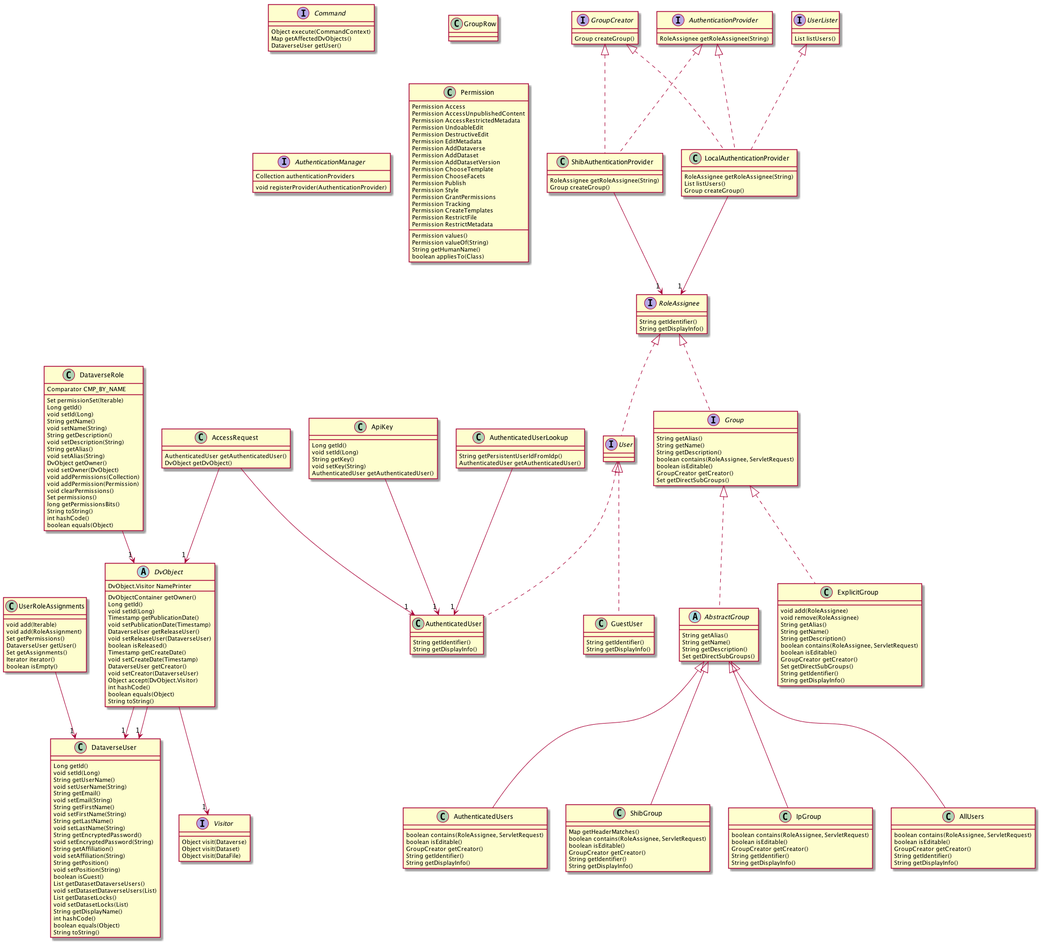
Before: doc/Architecture/auth-classes.png, a diagram exported from PlantUML (IQSS/dataverse).
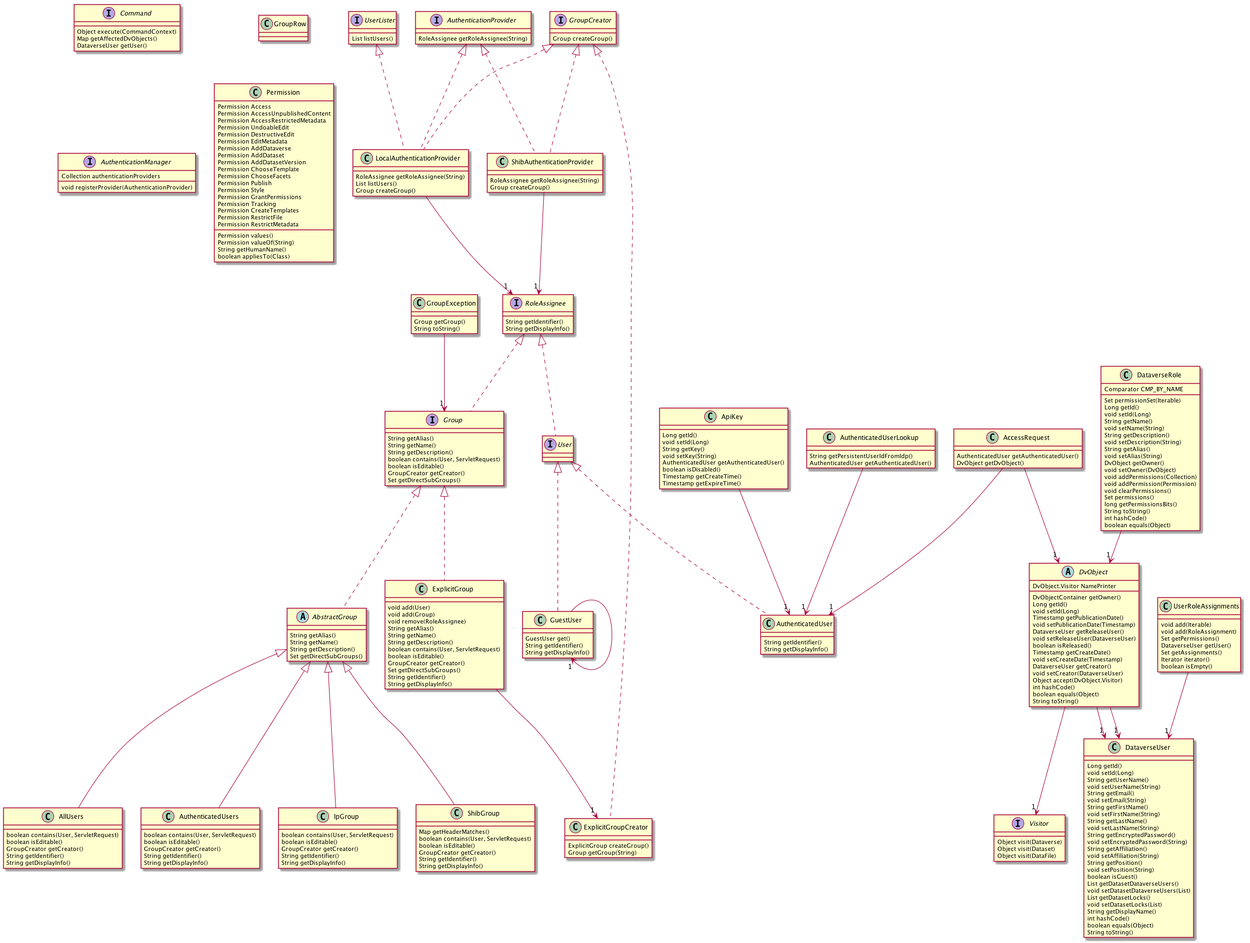
Later version of the same file.

Commit message:
worked on api keys (tokens?) a bit, updated diagrams

Diff of the diagram source:
```diff
@@ -1,23 +1,13 @@
 @startuml
 
 
-class DataverseUser
-abstract DvObject
-interface Visitor
-
 interface Command
-
-class IpGroup
-
-abstract AbstractGroup
-class AllUsers
-class AuthenticatedUsers
-class ExplicitGroup
 
 class ShibGroup
 
 interface Group
 interface GroupCreator
+class GroupException
 class GroupRow
 
 class AccessRequest
@@ -37,16 +27,162 @@
 class UserRoleAssignments
 class Permission
 
+abstract AbstractGroup
+class AllUsers
+class AuthenticatedUsers
+class ExplicitGroup
+class ExplicitGroupCreator
 
-Visitor : Object visit(Dataverse)
-Visitor : Object visit(Dataset)
-Visitor : Object visit(DataFile)
+class DataverseUser
+abstract DvObject
+interface Visitor
+
+class IpGroup
+
+
+RoleAssignee <|.. Group
+Group : String getAlias()
+Group : String getName()
+Group : String getDescription()
+Group : boolean contains(User, ServletRequest)
+Group : boolean isEditable()
+Group : GroupCreator getCreator()
+Group : Set getDirectSubGroups()
+
+AbstractGroup <|-- ShibGroup
+ShibGroup : Map getHeaderMatches()
+ShibGroup : boolean contains(User, ServletRequest)
+ShibGroup : boolean isEditable()
+ShibGroup : GroupCreator getCreator()
+ShibGroup : String getIdentifier()
+ShibGroup : String getDisplayInfo()
 
 Group <|.. AbstractGroup
 AbstractGroup : String getAlias()
 AbstractGroup : String getName()
 AbstractGroup : String getDescription()
 AbstractGroup : Set getDirectSubGroups()
+
+GroupException --> "1" Group
+GroupException : Group getGroup()
+GroupException : String toString()
+
+GroupCreator : Group createGroup()
+
+
+AuthenticatedUserLookup --> "1" AuthenticatedUser
+AuthenticatedUserLookup : String getPersistentUserIdFromIdp()
+AuthenticatedUserLookup : AuthenticatedUser getAuthenticatedUser()
+
+AuthenticationProvider <|.. LocalAuthenticationProvider
+UserLister <|.. LocalAuthenticationProvider
+GroupCreator <|.. LocalAuthenticationProvider
+LocalAuthenticationProvider --> "1" RoleAssignee
+LocalAuthenticationProvider : RoleAssignee getRoleAssignee(String)
+LocalAuthenticationProvider : List listUsers()
+LocalAuthenticationProvider : Group createGroup()
+
+Permission : Permission Access
+Permission : Permission AccessUnpublishedContent
+Permission : Permission AccessRestrictedMetadata
+Permission : Permission UndoableEdit
+Permission : Permission DestructiveEdit
+Permission : Permission EditMetadata
+Permission : Permission AddDataverse
+Permission : Permission AddDataset
+Permission : Permission AddDatasetVersion
+Permission : Permission ChooseTemplate
+Permission : Permission ChooseFacets
+Permission : Permission Publish
+Permission : Permission Style
+Permission : Permission GrantPermissions
+Permission : Permission Tracking
+Permission : Permission CreateTemplates
+Permission : Permission RestrictFile
+Permission : Permission RestrictMetadata
+Permission : Permission values()
+Permission : Permission valueOf(String)
+Permission : String getHumanName()
+Permission : boolean appliesTo(Class)
+
+RoleAssignee <|.. User
+
+AuthenticationProvider <|.. ShibAuthenticationProvider
+GroupCreator <|.. ShibAuthenticationProvider
+ShibAuthenticationProvider --> "1" RoleAssignee
+ShibAuthenticationProvider : RoleAssignee getRoleAssignee(String)
+ShibAuthenticationProvider : Group createGroup()
+
+Command : Object execute(CommandContext)
+Command : Map getAffectedDvObjects()
+Command : DataverseUser getUser()
+
+UserLister : List listUsers()
+
+AbstractGroup <|-- AuthenticatedUsers
+AuthenticatedUsers : boolean contains(User, ServletRequest)
+AuthenticatedUsers : boolean isEditable()
+AuthenticatedUsers : GroupCreator getCreator()
+AuthenticatedUsers : String getIdentifier()
+AuthenticatedUsers : String getDisplayInfo()
+
+Group <|.. ExplicitGroup
+ExplicitGroup --> "1" ExplicitGroupCreator
+ExplicitGroup : void add(User)
+ExplicitGroup : void add(Group)
+ExplicitGroup : void remove(RoleAssignee)
+ExplicitGroup : String getAlias()
+ExplicitGroup : String getName()
+ExplicitGroup : String getDescription()
+ExplicitGroup : boolean contains(User, ServletRequest)
+ExplicitGroup : boolean isEditable()
+ExplicitGroup : GroupCreator getCreator()
+ExplicitGroup : Set getDirectSubGroups()
+ExplicitGroup : String getIdentifier()
+ExplicitGroup : String getDisplayInfo()
+
+User <|.. AuthenticatedUser
+AuthenticatedUser : String getIdentifier()
+AuthenticatedUser : String getDisplayInfo()
+
+Visitor : Object visit(Dataverse)
+Visitor : Object visit(Dataset)
+Visitor : Object visit(DataFile)
+
+User <|.. GuestUser
+GuestUser --> "1" GuestUser
+GuestUser : GuestUser get()
+GuestUser : String getIdentifier()
+GuestUser : String getDisplayInfo()
+
+
+AccessRequest --> "1" AuthenticatedUser
+AccessRequest --> "1" DvObject
+AccessRequest : AuthenticatedUser getAuthenticatedUser()
+AccessRequest : DvObject getDvObject()
+
+AuthenticationManager : Collection authenticationProviders
+AuthenticationManager : void registerProvider(AuthenticationProvider)
+
+ApiKey --> "1" AuthenticatedUser
+ApiKey : Long getId()
+ApiKey : void setId(Long)
+ApiKey : String getKey()
+ApiKey : void setKey(String)
+ApiKey : AuthenticatedUser getAuthenticatedUser()
+ApiKey : boolean isDisabled()
+ApiKey : Timestamp getCreateTime()
+ApiKey : Timestamp getExpireTime()
+
+RoleAssignee : String getIdentifier()
+RoleAssignee : String getDisplayInfo()
+
+AbstractGroup <|-- AllUsers
+AllUsers : boolean contains(User, ServletRequest)
+AllUsers : boolean isEditable()
+AllUsers : GroupCreator getCreator()
+AllUsers : String getIdentifier()
+AllUsers : String getDisplayInfo()
 
 DvObject : DvObject.Visitor NamePrinter
 DvObject --> "1" Visitor
@@ -91,99 +227,12 @@
 DataverseRole : int hashCode()
 DataverseRole : boolean equals(Object)
 
-
-User <|.. AuthenticatedUser
-AuthenticatedUser : String getIdentifier()
-AuthenticatedUser : String getDisplayInfo()
-
-UserLister : List listUsers()
-
-AccessRequest --> "1" AuthenticatedUser
-AccessRequest --> "1" DvObject
-AccessRequest : AuthenticatedUser getAuthenticatedUser()
-AccessRequest : DvObject getDvObject()
-
-ApiKey --> "1" AuthenticatedUser
-ApiKey : Long getId()
-ApiKey : void setId(Long)
-ApiKey : String getKey()
-ApiKey : void setKey(String)
-ApiKey : AuthenticatedUser getAuthenticatedUser()
-
-AuthenticationProvider <|.. LocalAuthenticationProvider
-UserLister <|.. LocalAuthenticationProvider
-GroupCreator <|.. LocalAuthenticationProvider
-LocalAuthenticationProvider --> "1" RoleAssignee
-LocalAuthenticationProvider : RoleAssignee getRoleAssignee(String)
-LocalAuthenticationProvider : List listUsers()
-LocalAuthenticationProvider : Group createGroup()
-
-AuthenticationProvider : RoleAssignee getRoleAssignee(String)
-
-AbstractGroup <|-- ShibGroup
-ShibGroup : Map getHeaderMatches()
-ShibGroup : boolean contains(RoleAssignee, ServletRequest)
-ShibGroup : boolean isEditable()
-ShibGroup : GroupCreator getCreator()
-ShibGroup : String getIdentifier()
-ShibGroup : String getDisplayInfo()
-
-Command : Object execute(CommandContext)
-Command : Map getAffectedDvObjects()
-Command : DataverseUser getUser()
-
-UserRoleAssignments --> "1" DataverseUser
-UserRoleAssignments : void add(Iterable)
-UserRoleAssignments : void add(RoleAssignment)
-UserRoleAssignments : Set getPermissions()
-UserRoleAssignments : DataverseUser getUser()
-UserRoleAssignments : Set getAssignments()
-UserRoleAssignments : Iterator iterator()
-UserRoleAssignments : boolean isEmpty()
-
-User <|.. GuestUser
-GuestUser : String getIdentifier()
-GuestUser : String getDisplayInfo()
-
-AbstractGroup <|-- AllUsers
-AllUsers : boolean contains(RoleAssignee, ServletRequest)
-AllUsers : boolean isEditable()
-AllUsers : GroupCreator getCreator()
-AllUsers : String getIdentifier()
-AllUsers : String getDisplayInfo()
-
-Permission : Permission Access
-Permission : Permission AccessUnpublishedContent
-Permission : Permission AccessRestrictedMetadata
-Permission : Permission UndoableEdit
-Permission : Permission DestructiveEdit
-Permission : Permission EditMetadata
-Permission : Permission AddDataverse
-Permission : Permission AddDataset
-Permission : Permission AddDatasetVersion
-Permission : Permission ChooseTemplate
-Permission : Permission ChooseFacets
-Permission : Permission Publish
-Permission : Permission Style
-Permission : Permission GrantPermissions
-Permission : Permission Tracking
-Permission : Permission CreateTemplates
-Permission : Permission RestrictFile
-Permission : Permission RestrictMetadata
-Permission : Permission values()
-Permission : Permission valueOf(String)
-Permission : String getHumanName()
-Permission : boolean appliesTo(Class)
-
-AuthenticationProvider <|.. ShibAuthenticationProvider
-GroupCreator <|.. ShibAuthenticationProvider
-ShibAuthenticationProvider --> "1" RoleAssignee
-ShibAuthenticationProvider : RoleAssignee getRoleAssignee(String)
-ShibAuthenticationProvider : Group createGroup()
-
-AuthenticatedUserLookup --> "1" AuthenticatedUser
-AuthenticatedUserLookup : String getPersistentUserIdFromIdp()
-AuthenticatedUserLookup : AuthenticatedUser getAuthenticatedUser()
+AbstractGroup <|-- IpGroup
+IpGroup : boolean contains(User, ServletRequest)
+IpGroup : boolean isEditable()
+IpGroup : GroupCreator getCreator()
+IpGroup : String getIdentifier()
+IpGroup : String getDisplayInfo()
 
 DataverseUser : Long getId()
 DataverseUser : void setId(Long)
@@ -211,51 +260,19 @@
 DataverseUser : boolean equals(Object)
 DataverseUser : String toString()
 
-RoleAssignee : String getIdentifier()
-RoleAssignee : String getDisplayInfo()
+UserRoleAssignments --> "1" DataverseUser
+UserRoleAssignments : void add(Iterable)
+UserRoleAssignments : void add(RoleAssignment)
+UserRoleAssignments : Set getPermissions()
+UserRoleAssignments : DataverseUser getUser()
+UserRoleAssignments : Set getAssignments()
+UserRoleAssignments : Iterator iterator()
+UserRoleAssignments : boolean isEmpty()
 
-AuthenticationManager : Collection authenticationProviders
-AuthenticationManager : void registerProvider(AuthenticationProvider)
+AuthenticationProvider : RoleAssignee getRoleAssignee(String)
 
-RoleAssignee <|.. User
-
-
-Group <|.. ExplicitGroup
-ExplicitGroup : void add(RoleAssignee)
-ExplicitGroup : void remove(RoleAssignee)
-ExplicitGroup : String getAlias()
-ExplicitGroup : String getName()
-ExplicitGroup : String getDescription()
-ExplicitGroup : boolean contains(RoleAssignee, ServletRequest)
-ExplicitGroup : boolean isEditable()
-ExplicitGroup : GroupCreator getCreator()
-ExplicitGroup : Set getDirectSubGroups()
-ExplicitGroup : String getIdentifier()
-ExplicitGroup : String getDisplayInfo()
-
-AbstractGroup <|-- IpGroup
-IpGroup : boolean contains(RoleAssignee, ServletRequest)
-IpGroup : boolean isEditable()
-IpGroup : GroupCreator getCreator()
-IpGroup : String getIdentifier()
-IpGroup : String getDisplayInfo()
-
-GroupCreator : Group createGroup()
-
-AbstractGroup <|-- AuthenticatedUsers
-AuthenticatedUsers : boolean contains(RoleAssignee, ServletRequest)
-AuthenticatedUsers : boolean isEditable()
-AuthenticatedUsers : GroupCreator getCreator()
-AuthenticatedUsers : String getIdentifier()
-AuthenticatedUsers : String getDisplayInfo()
-
-RoleAssignee <|.. Group
-Group : String getAlias()
-Group : String getName()
-Group : String getDescription()
-Group : boolean contains(RoleAssignee, ServletRequest)
-Group : boolean isEditable()
-Group : GroupCreator getCreator()
-Group : Set getDirectSubGroups()
+GroupCreator <|.. ExplicitGroupCreator
+ExplicitGroupCreator : ExplicitGroup createGroup()
+ExplicitGroupCreator : Group getGroup(String)
 
 @enduml
```
